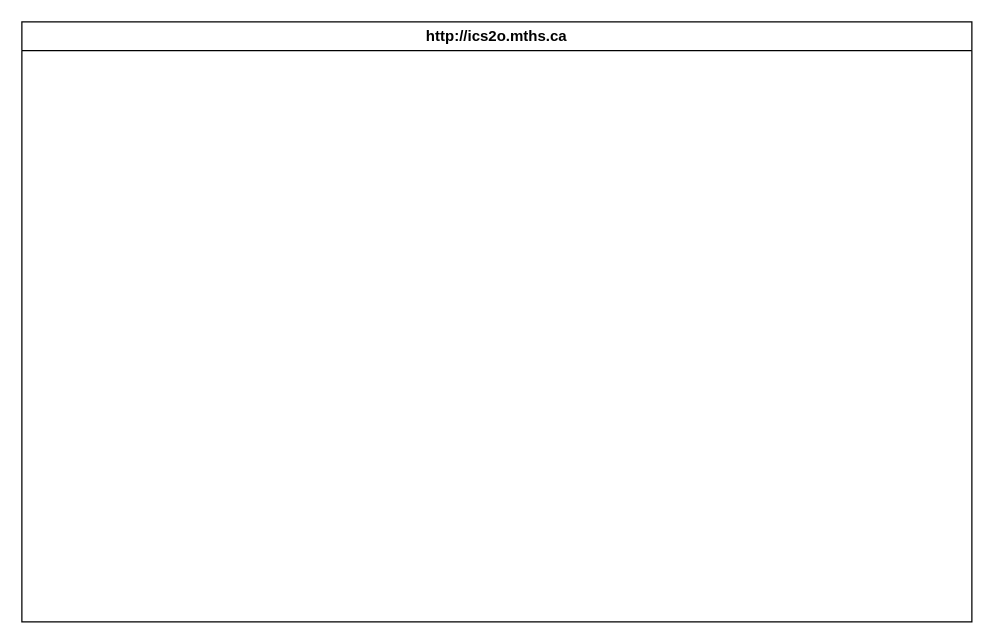
Above: design/storyboard.drawio in david-ezenwa/ICS2O-Unit-5-08 (draw.io), before the change. Source tidied: cells renumbered, new cells numbered last; positions are measured from the earlier drawing's top-left corner, leaving out a move shared by most shapes. Both pictures are drawn from the tidied source at 125%, with x=0, y=0 at pixel (21, 21).
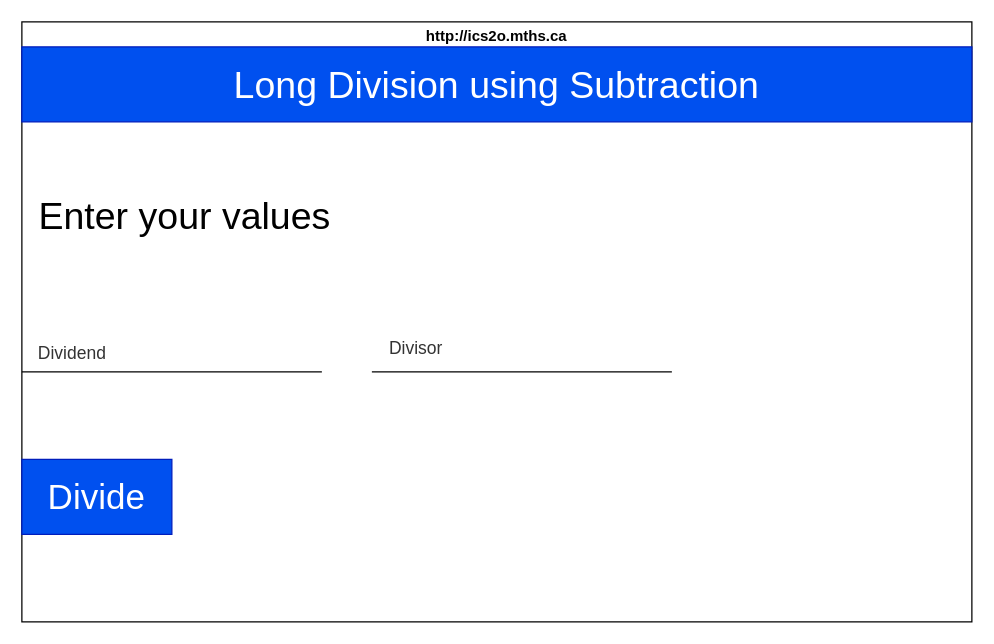
Above is the later version.

Diff of the diagram source:
```diff
@@
 <mxGraphModel>
   <root>
     <mxCell id="0" />
     <mxCell id="1" parent="0" />
     <mxCell id="2" value="http://ics2o.mths.ca" style="swimlane;whiteSpace=wrap;html=1;" parent="1" vertex="1">
       <mxGeometry width="760" height="480" as="geometry" />
     </mxCell>
+    <mxCell id="3" value="Long Division using Subtraction" style="whiteSpace=wrap;html=1;fillColor=#0050ef;fontColor=#ffffff;strokeColor=#001DBC;fontSize=30;" parent="2" vertex="1">
+      <mxGeometry y="20" width="760" height="60" as="geometry" />
+    </mxCell>
+    <mxCell id="4" value="Enter your values" style="text;html=1;align=center;verticalAlign=middle;strokeColor=none;fillColor=none;fontSize=30;" parent="2" vertex="1">
+      <mxGeometry y="130" width="260" height="50" as="geometry" />
+    </mxCell>
+    <mxCell id="5" style="endArrow=none;html=1;fontSize=30;" parent="2" edge="1">
+      <mxGeometry relative="1" as="geometry">
+        <mxPoint x="280" y="280" as="sourcePoint" />
+        <mxPoint x="520" y="280" as="targetPoint" />
+      </mxGeometry>
+    </mxCell>
+    <mxCell id="6" value="&lt;font color=&quot;#333333&quot; style=&quot;font-size: 14px;&quot;&gt;Divisor&lt;/font&gt;" style="text;html=1;align=center;verticalAlign=middle;strokeColor=none;fillColor=none;fontSize=30;" parent="2" vertex="1">
+      <mxGeometry x="280" y="230" width="70" height="50" as="geometry" />
+    </mxCell>
+    <mxCell id="7" value="Dividend" style="text;html=1;align=center;verticalAlign=middle;strokeColor=none;fillColor=none;fontSize=14;fontColor=#333333;" parent="2" vertex="1">
+      <mxGeometry y="250" width="80" height="30" as="geometry" />
+    </mxCell>
+    <mxCell id="8" value="Divide" style="whiteSpace=wrap;html=1;fontSize=28;fontColor=#ffffff;fillColor=#0050ef;strokeColor=#001DBC;" parent="2" vertex="1">
+      <mxGeometry y="350" width="120" height="60" as="geometry" />
+    </mxCell>
+    <mxCell id="9" style="endArrow=none;html=1;fontSize=30;" parent="1" edge="1">
+      <mxGeometry relative="1" as="geometry">
+        <mxPoint y="280" as="sourcePoint" />
+        <mxPoint x="240" y="280" as="targetPoint" />
+      </mxGeometry>
+    </mxCell>
   </root>
 </mxGraphModel>
```
